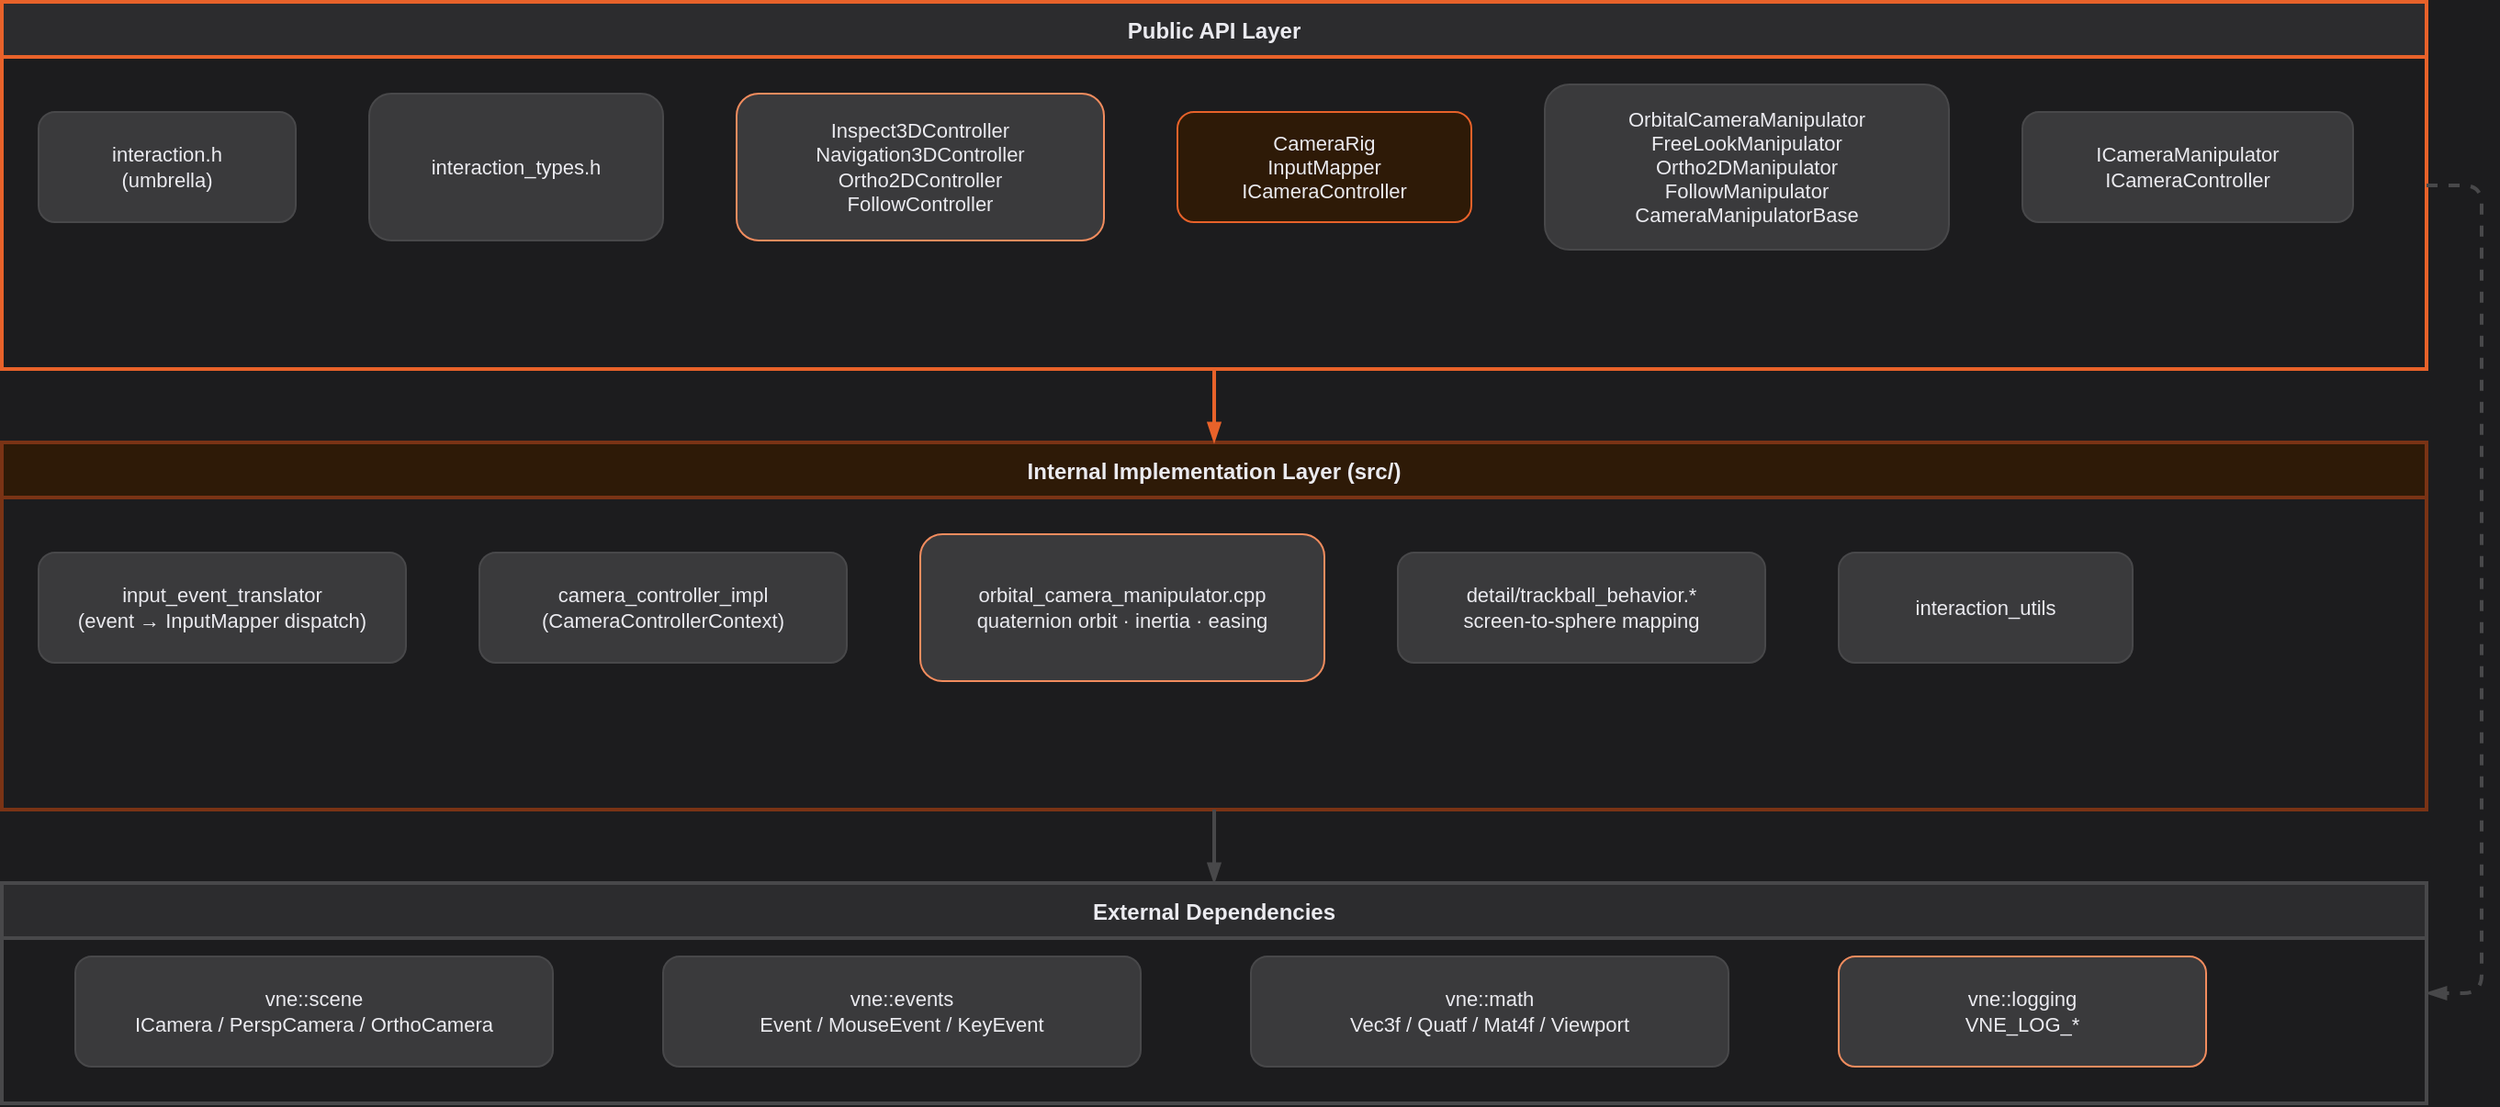
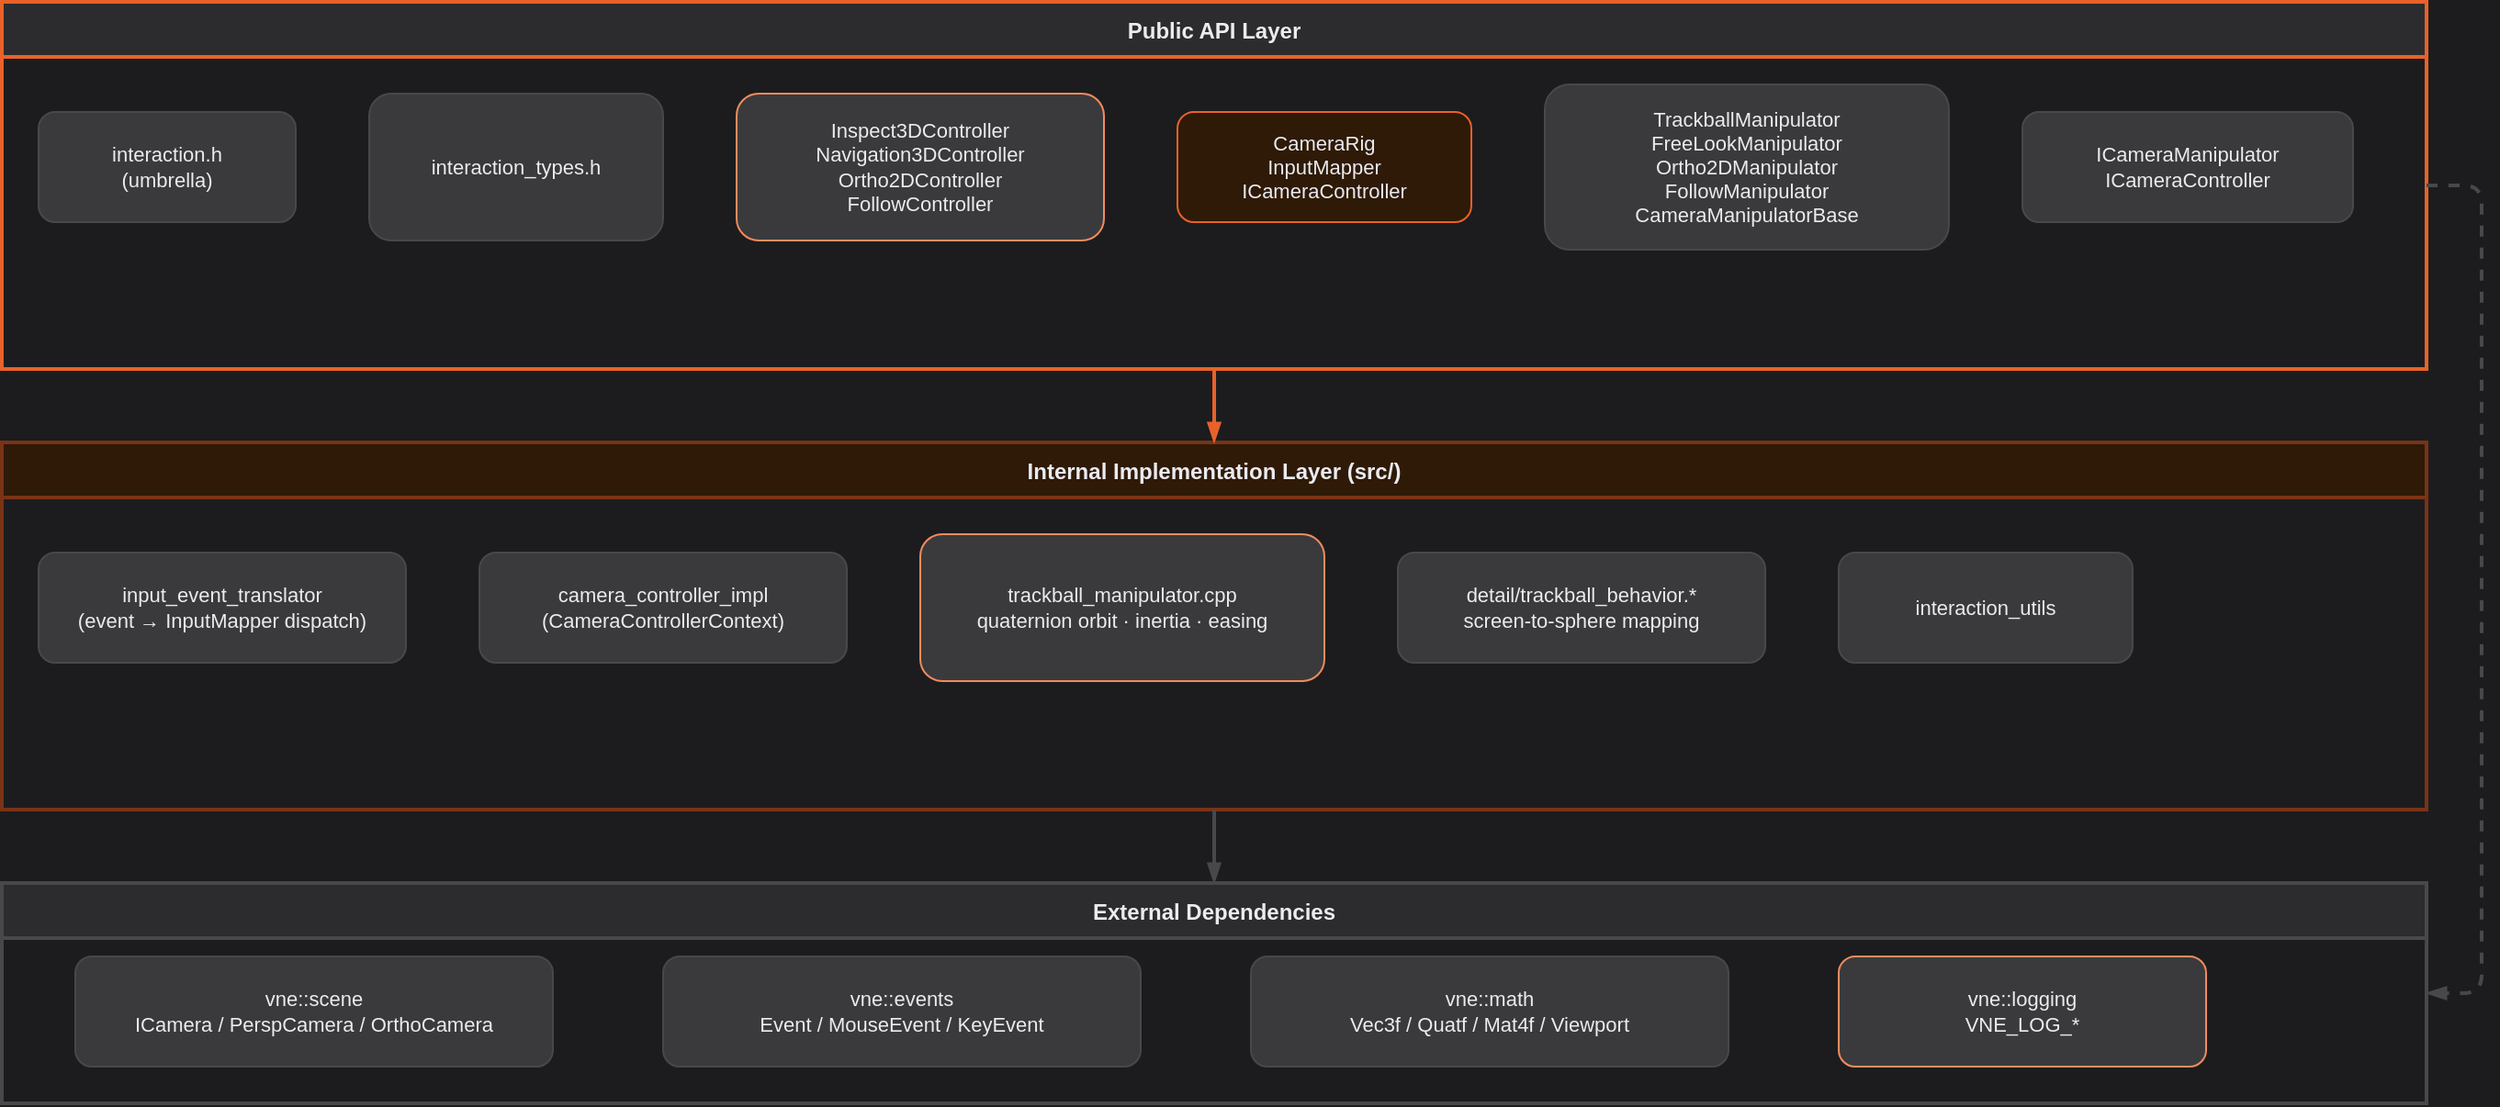
<mxfile host="app.diagrams.net">
    <diagram name="Component Diagram (Layer View)" id="component">
        <mxGraphModel dx="1000" dy="800" grid="1" gridSize="10" guides="1" tooltips="1" connect="1" arrows="1" fold="1" page="1" pageScale="1" pageWidth="1400" pageHeight="1000" math="0" shadow="0" background="#1C1C1E">
            <root>
                <mxCell id="0"/>
                <mxCell id="1" parent="0"/>

                <!-- VertexNova palette: panels #2C2C2E / #3A3A3C, border #48484A, accent orange #E8622A / tint #2E1A07, text #EBEBF0 -->

                <mxCell id="bg_pub" value="Public API Layer" style="swimlane;startSize=30;fillColor=#2C2C2E;strokeColor=#E8622A;strokeWidth=2;fontStyle=1;fontSize=12;fontColor=#EBEBF0;" parent="1" vertex="1">
                    <mxGeometry x="30" y="30" width="1320" height="200" as="geometry"/>
                </mxCell>

                <mxCell id="interaction_h" value="interaction.h&#10;(umbrella)" style="rounded=1;whiteSpace=wrap;html=1;fillColor=#3A3A3C;strokeColor=#48484A;fontSize=11;fontColor=#EBEBF0;" parent="bg_pub" vertex="1">
                    <mxGeometry x="20" y="60" width="140" height="60" as="geometry"/>
                </mxCell>
                <mxCell id="interaction_types_h" value="interaction_types.h" style="rounded=1;whiteSpace=wrap;html=1;fillColor=#3A3A3C;strokeColor=#48484A;fontSize=11;fontColor=#EBEBF0;" parent="bg_pub" vertex="1">
                    <mxGeometry x="200" y="50" width="160" height="80" as="geometry"/>
                </mxCell>
                <mxCell id="controllers_pub" value="Inspect3DController&#10;Navigation3DController&#10;Ortho2DController&#10;FollowController" style="rounded=1;whiteSpace=wrap;html=1;fillColor=#3A3A3C;strokeColor=#F28C5E;fontSize=11;fontColor=#EBEBF0;" parent="bg_pub" vertex="1">
                    <mxGeometry x="400" y="50" width="200" height="80" as="geometry"/>
                </mxCell>
                <mxCell id="rig_pub" value="CameraRig&#10;InputMapper&#10;ICameraController" style="rounded=1;whiteSpace=wrap;html=1;fillColor=#2E1A07;strokeColor=#E8622A;fontSize=11;fontColor=#EBEBF0;" parent="bg_pub" vertex="1">
                    <mxGeometry x="640" y="60" width="160" height="60" as="geometry"/>
                </mxCell>
-                 <mxCell id="manipulators_pub" value="OrbitalCameraManipulator&#10;FreeLookManipulator&#10;Ortho2DManipulator&#10;FollowManipulator&#10;CameraManipulatorBase" style="rounded=1;whiteSpace=wrap;html=1;fillColor=#3A3A3C;strokeColor=#48484A;fontSize=11;fontColor=#EBEBF0;" parent="bg_pub" vertex="1">
+                 <mxCell id="manipulators_pub" value="TrackballManipulator&#10;FreeLookManipulator&#10;Ortho2DManipulator&#10;FollowManipulator&#10;CameraManipulatorBase" style="rounded=1;whiteSpace=wrap;html=1;fillColor=#3A3A3C;strokeColor=#48484A;fontSize=11;fontColor=#EBEBF0;" parent="bg_pub" vertex="1">
                    <mxGeometry x="840" y="45" width="220" height="90" as="geometry"/>
                </mxCell>
                <mxCell id="iface_pub" value="ICameraManipulator&#10;ICameraController" style="rounded=1;whiteSpace=wrap;html=1;fillColor=#3A3A3C;strokeColor=#48484A;fontSize=11;fontColor=#EBEBF0;" parent="bg_pub" vertex="1">
                    <mxGeometry x="1100" y="60" width="180" height="60" as="geometry"/>
                </mxCell>

                <mxCell id="bg_impl" value="Internal Implementation Layer (src/)" style="swimlane;startSize=30;fillColor=#2E1A07;strokeColor=#7A3315;strokeWidth=2;fontStyle=1;fontSize=12;fontColor=#EBEBF0;" parent="1" vertex="1">
                    <mxGeometry x="30" y="270" width="1320" height="200" as="geometry"/>
                </mxCell>

                <mxCell id="translator" value="input_event_translator&#10;(event → InputMapper dispatch)" style="rounded=1;whiteSpace=wrap;html=1;fillColor=#3A3A3C;strokeColor=#48484A;fontSize=11;fontColor=#EBEBF0;" parent="bg_impl" vertex="1">
                    <mxGeometry x="20" y="60" width="200" height="60" as="geometry"/>
                </mxCell>
                <mxCell id="ctrl_impl" value="camera_controller_impl&#10;(CameraControllerContext)" style="rounded=1;whiteSpace=wrap;html=1;fillColor=#3A3A3C;strokeColor=#48484A;fontSize=11;fontColor=#EBEBF0;" parent="bg_impl" vertex="1">
                    <mxGeometry x="260" y="60" width="200" height="60" as="geometry"/>
                </mxCell>
-                 <mxCell id="strategies" value="orbital_camera_manipulator.cpp&#10;quaternion orbit · inertia · easing" style="rounded=1;whiteSpace=wrap;html=1;fillColor=#3A3A3C;strokeColor=#F28C5E;fontSize=11;fontColor=#EBEBF0;" parent="bg_impl" vertex="1">
+                 <mxCell id="strategies" value="trackball_manipulator.cpp&#10;quaternion orbit · inertia · easing" style="rounded=1;whiteSpace=wrap;html=1;fillColor=#3A3A3C;strokeColor=#F28C5E;fontSize=11;fontColor=#EBEBF0;" parent="bg_impl" vertex="1">
                    <mxGeometry x="500" y="50" width="220" height="80" as="geometry"/>
                </mxCell>
                <mxCell id="behaviors" value="detail/trackball_behavior.*&#10;screen-to-sphere mapping" style="rounded=1;whiteSpace=wrap;html=1;fillColor=#3A3A3C;strokeColor=#48484A;fontSize=11;fontColor=#EBEBF0;" parent="bg_impl" vertex="1">
                    <mxGeometry x="760" y="60" width="200" height="60" as="geometry"/>
                </mxCell>
                <mxCell id="math_impl" value="interaction_utils" style="rounded=1;whiteSpace=wrap;html=1;fillColor=#3A3A3C;strokeColor=#48484A;fontSize=11;fontColor=#EBEBF0;" parent="bg_impl" vertex="1">
                    <mxGeometry x="1000" y="60" width="160" height="60" as="geometry"/>
                </mxCell>

                <mxCell id="bg_ext" value="External Dependencies" style="swimlane;startSize=30;fillColor=#2C2C2E;strokeColor=#48484A;strokeWidth=2;fontStyle=1;fontSize=12;fontColor=#EBEBF0;" parent="1" vertex="1">
                    <mxGeometry x="30" y="510" width="1320" height="120" as="geometry"/>
                </mxCell>

                <mxCell id="dep_scene" value="vne::scene&#10;ICamera / PerspCamera / OrthoCamera" style="rounded=1;whiteSpace=wrap;html=1;fillColor=#3A3A3C;strokeColor=#48484A;fontSize=11;fontColor=#EBEBF0;" parent="bg_ext" vertex="1">
                    <mxGeometry x="40" y="40" width="260" height="60" as="geometry"/>
                </mxCell>
                <mxCell id="dep_events" value="vne::events&#10;Event / MouseEvent / KeyEvent" style="rounded=1;whiteSpace=wrap;html=1;fillColor=#3A3A3C;strokeColor=#48484A;fontSize=11;fontColor=#EBEBF0;" parent="bg_ext" vertex="1">
                    <mxGeometry x="360" y="40" width="260" height="60" as="geometry"/>
                </mxCell>
                <mxCell id="dep_math" value="vne::math&#10;Vec3f / Quatf / Mat4f / Viewport" style="rounded=1;whiteSpace=wrap;html=1;fillColor=#3A3A3C;strokeColor=#48484A;fontSize=11;fontColor=#EBEBF0;" parent="bg_ext" vertex="1">
                    <mxGeometry x="680" y="40" width="260" height="60" as="geometry"/>
                </mxCell>
                <mxCell id="dep_log" value="vne::logging&#10;VNE_LOG_*" style="rounded=1;whiteSpace=wrap;html=1;fillColor=#3A3A3C;strokeColor=#F28C5E;fontSize=11;fontColor=#EBEBF0;" parent="bg_ext" vertex="1">
                    <mxGeometry x="1000" y="40" width="200" height="60" as="geometry"/>
                </mxCell>

                <mxCell id="ea1" style="endArrow=blockThin;endFill=1;html=1;strokeWidth=2;strokeColor=#E8622A;" parent="1" source="bg_pub" target="bg_impl" edge="1">
                    <mxGeometry relative="1" as="geometry"/>
                </mxCell>
                <mxCell id="ea2" style="endArrow=blockThin;endFill=1;html=1;strokeWidth=2;strokeColor=#48484A;" parent="1" source="bg_impl" target="bg_ext" edge="1">
                    <mxGeometry relative="1" as="geometry"/>
                </mxCell>
                <mxCell id="ea3" style="endArrow=blockThin;endFill=1;html=1;strokeWidth=2;strokeColor=#48484A;dashed=1;" parent="1" source="bg_pub" target="bg_ext" edge="1">
                    <mxGeometry relative="1" as="geometry"><Array as="points"><mxPoint x="1380" y="130"/><mxPoint x="1380" y="570"/></Array></mxGeometry>
                </mxCell>
            </root>
        </mxGraphModel>
    </diagram>
</mxfile>
